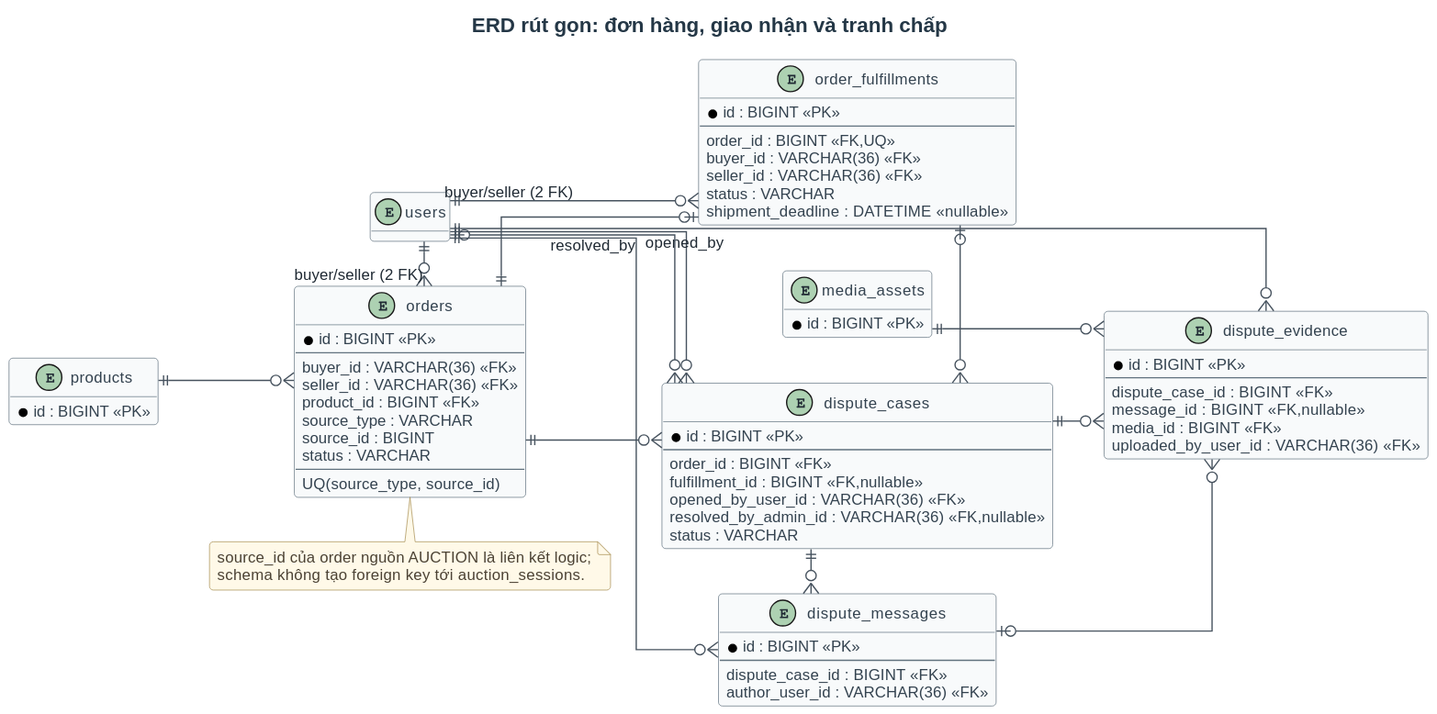
This is thesis/figures/chapter-4/erd-order-dispute.svg from duynguyen312004/woodcert-auction, a PlantUML export, as it was before one commit. Source of this version:
```plantuml
@startuml
!include chapter-4-style.puml
title ERD rút gọn: đơn hàng, giao nhận và tranh chấp
left to right direction
hide methods
hide stereotypes
skinparam linetype ortho

entity "users" as users {
  *id : VARCHAR(36) <<PK>>
}
entity "products" as products {
  *id : BIGINT <<PK>>
}
entity "media_assets" as media_assets {
  *id : BIGINT <<PK>>
}
entity "orders" as orders {
  *id : BIGINT <<PK>>
  --
  buyer_id : VARCHAR(36) <<FK>>
  seller_id : VARCHAR(36) <<FK>>
  product_id : BIGINT <<FK>>
  source_type : VARCHAR
  source_id : BIGINT
  status : VARCHAR
  --
  UQ(source_type, source_id)
}
entity "order_fulfillments" as fulfillments {
  *id : BIGINT <<PK>>
  --
  order_id : BIGINT <<FK,UQ>>
  buyer_id : VARCHAR(36) <<FK>>
  seller_id : VARCHAR(36) <<FK>>
  status : VARCHAR
  shipment_deadline : DATETIME <<nullable>>
}
entity "dispute_cases" as disputes {
  *id : BIGINT <<PK>>
  --
  order_id : BIGINT <<FK>>
  fulfillment_id : BIGINT <<FK,nullable>>
  opened_by_user_id : VARCHAR(36) <<FK>>
  resolved_by_admin_id : VARCHAR(36) <<FK,nullable>>
  status : VARCHAR
}
entity "dispute_messages" as messages {
  *id : BIGINT <<PK>>
  --
  dispute_case_id : BIGINT <<FK>>
  author_user_id : VARCHAR(36) <<FK>>
}
entity "dispute_evidence" as evidence {
  *id : BIGINT <<PK>>
  --
  dispute_case_id : BIGINT <<FK>>
  message_id : BIGINT <<FK,nullable>>
  media_id : BIGINT <<FK>>
  uploaded_by_user_id : VARCHAR(36) <<FK>>
}

users ||--o{ orders : buyer/seller (2 FK)
products ||--o{ orders
orders ||--o| fulfillments
users ||--o{ fulfillments : buyer/seller (2 FK)
orders ||--o{ disputes
fulfillments |o--o{ disputes
users ||--o{ disputes : opened_by
users |o--o{ disputes : resolved_by
disputes ||--o{ messages
users ||--o{ messages
disputes ||--o{ evidence
messages |o--o{ evidence
media_assets ||--o{ evidence
users ||--o{ evidence

users -[hidden]right-> orders
products -[hidden]down-> orders
orders -[hidden]right-> fulfillments
fulfillments -[hidden]right-> disputes
disputes -[hidden]right-> messages
messages -[hidden]right-> evidence
media_assets -[hidden]down-> evidence

note bottom of orders
source_id của order nguồn AUCTION là liên kết logic;
schema không tạo foreign key tới auction_sessions.
end note
@enduml
```
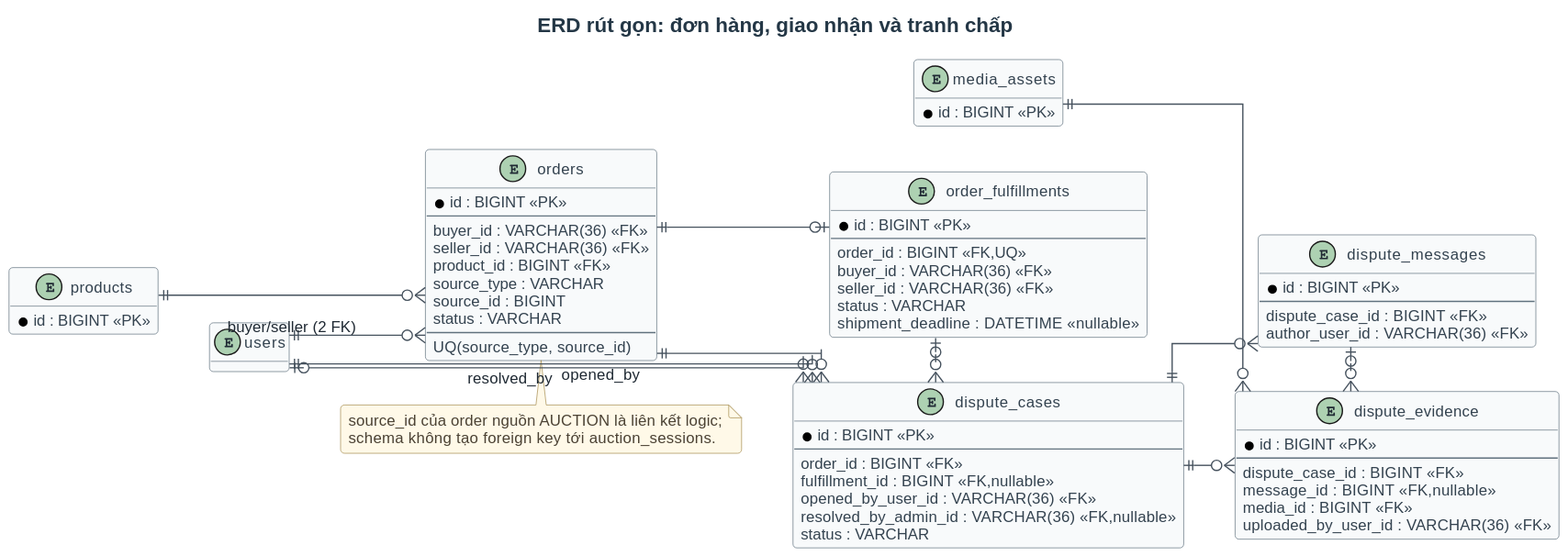
Above is the later version.

Diff of the diagram source:
```diff
@@ -60,28 +60,26 @@
   uploaded_by_user_id : VARCHAR(36) <<FK>>
 }
 
-users ||--o{ orders : buyer/seller (2 FK)
 products ||--o{ orders
 orders ||--o| fulfillments
-users ||--o{ fulfillments : buyer/seller (2 FK)
 orders ||--o{ disputes
 fulfillments |o--o{ disputes
-users ||--o{ disputes : opened_by
-users |o--o{ disputes : resolved_by
 disputes ||--o{ messages
-users ||--o{ messages
 disputes ||--o{ evidence
 messages |o--o{ evidence
 media_assets ||--o{ evidence
-users ||--o{ evidence
 
-users -[hidden]right-> orders
-products -[hidden]down-> orders
+users ||--o{ orders : buyer/seller (2 FK)
+users ||--o{ disputes : opened_by
+users |o--o{ disputes : resolved_by
+
+products -[hidden]down-> users
+users -[hidden]down-> orders
 orders -[hidden]right-> fulfillments
 fulfillments -[hidden]right-> disputes
-disputes -[hidden]right-> messages
+disputes -[hidden]down-> messages
 messages -[hidden]right-> evidence
-media_assets -[hidden]down-> evidence
+evidence -[hidden]up-> media_assets
 
 note bottom of orders
 source_id của order nguồn AUCTION là liên kết logic;
```
